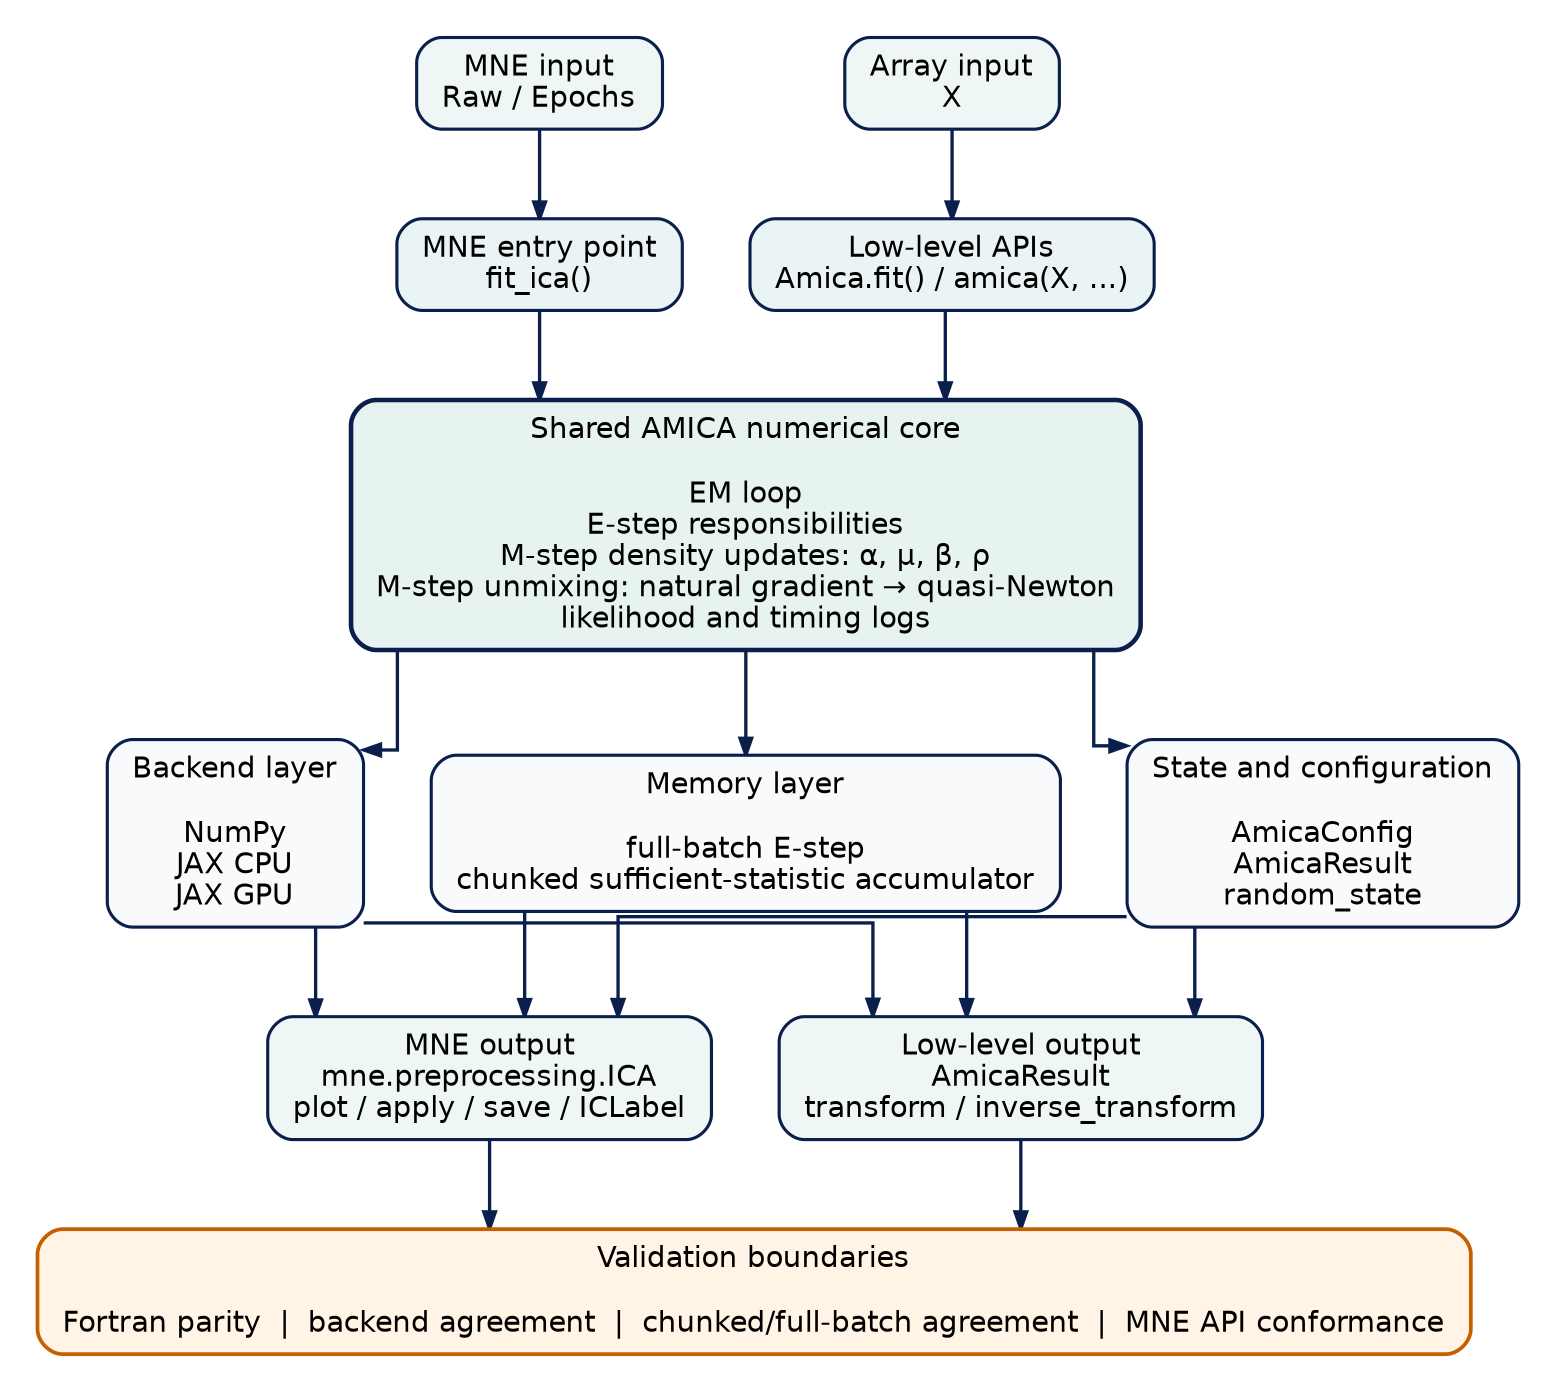
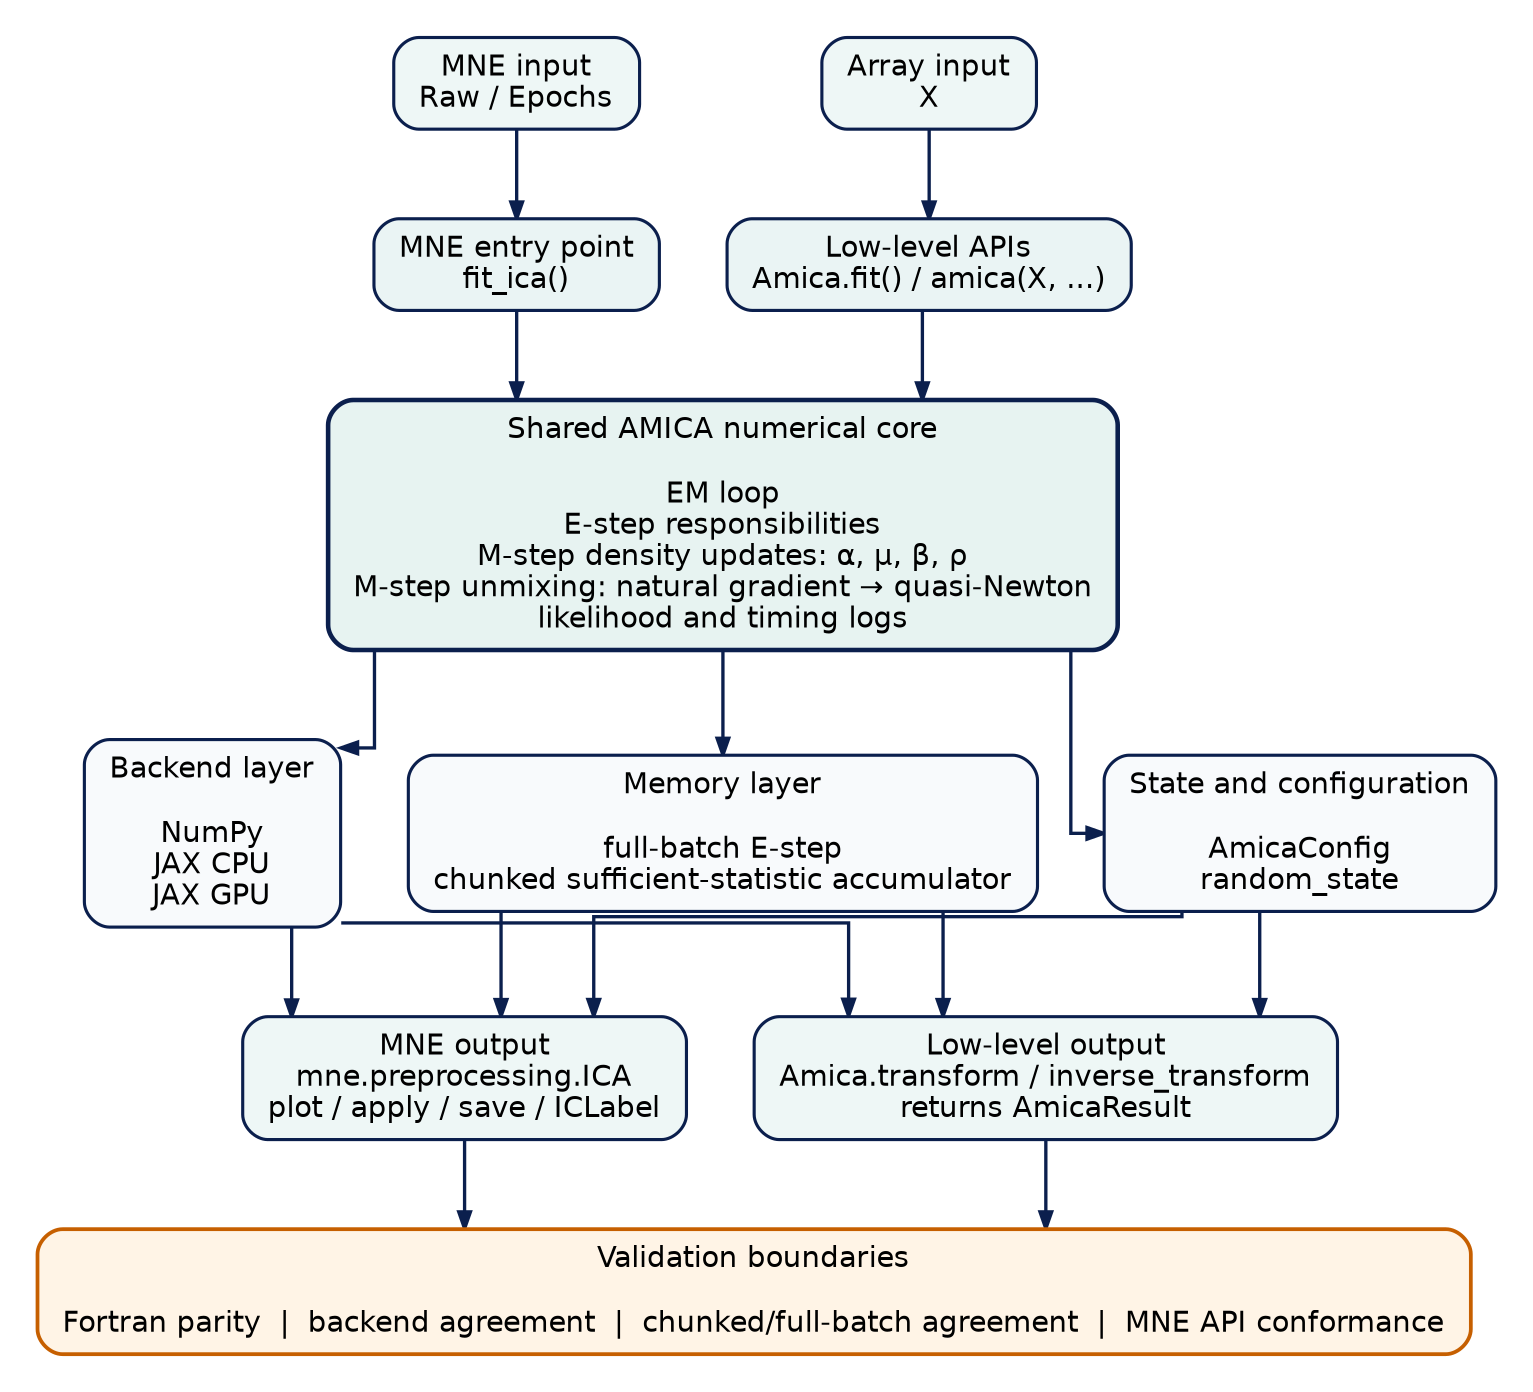
// Software-architecture schematic for the zenodo preprint §3 Implementation.
// Render with:
//     dot -Tpdf fig_software_architecture.dot -o fig_software_architecture.pdf
digraph AMICAPythonArchitecture {
    graph [
        rankdir=TB,
        bgcolor="white",
        pad="0.25",
        nodesep="0.45",
        ranksep="0.60",
        splines=ortho,
        outputorder=edgesfirst
    ];

    node [
        shape=rect,
        style="rounded,filled",
        fontname="Helvetica",
        fontsize=14,
        color="#0B1F4D",
        penwidth=1.5,
        fillcolor="#F8FAFC",
        margin="0.16,0.10"
    ];

    edge [
        color="#0B1F4D",
        penwidth=1.6,
        arrowsize=0.8,
        fontname="Helvetica",
        fontsize=11
    ];

    // Inputs
    raw_epochs [
        label="MNE input\nRaw / Epochs",
        fillcolor="#EEF7F6"
    ];

    ndarray [
        label="Array input\nX",
        fillcolor="#EEF7F6"
    ];

    // APIs
    fitica [
        label="MNE entry point\nfit_ica()",
        fillcolor="#EAF4F4"
    ];

    estimator [
        label="Low-level APIs\nAmica.fit() / amica(X, ...)",
        fillcolor="#EAF4F4"
    ];

    // Shared core
    core [
        label="Shared AMICA numerical core\n\nEM loop\nE-step responsibilities\nM-step density updates: α, μ, β, ρ\nM-step unmixing: natural gradient → quasi-Newton\nlikelihood and timing logs",
        fillcolor="#E7F3F1",
        penwidth=2.2
    ];

    // Internal layers
    backend [
        label="Backend layer\n\nNumPy\nJAX CPU\nJAX GPU",
        fillcolor="#F8FAFC"
    ];

    memory [
        label="Memory layer\n\nfull-batch E-step\nchunked sufficient-statistic accumulator",
        fillcolor="#F8FAFC"
    ];

    state [
-         label="State and configuration\n\nAmicaConfig\nAmicaResult\nrandom_state",
+         label="State and configuration\n\nAmicaConfig\nrandom_state",
        fillcolor="#F8FAFC"
    ];

    // Outputs
    mneica [
        label="MNE output\nmne.preprocessing.ICA\nplot / apply / save / ICLabel",
        fillcolor="#EEF7F6"
    ];

    result [
-         label="Low-level output\nAmicaResult\ntransform / inverse_transform",
+         label="Low-level output\nAmica.transform / inverse_transform\nreturns AmicaResult",
        fillcolor="#EEF7F6"
    ];

    // Validation strip
    validation [
        label="Validation boundaries\n\nFortran parity  |  backend agreement  |  chunked/full-batch agreement  |  MNE API conformance",
        fillcolor="#FFF4E6",
        color="#C65F00",
        penwidth=1.8
    ];

    // Layout
    { rank=same; raw_epochs; ndarray; }
    { rank=same; fitica; estimator; }
    { rank=same; backend; memory; state; }
    { rank=same; mneica; result; }

    raw_epochs -> fitica;
    ndarray -> estimator;

    fitica -> core;
    estimator -> core;

    core -> backend;
    core -> memory;
    core -> state;

    backend -> mneica;
    memory -> mneica;
    state -> mneica;

    backend -> result;
    memory -> result;
    state -> result;

    mneica -> validation;
    result -> validation;
}
